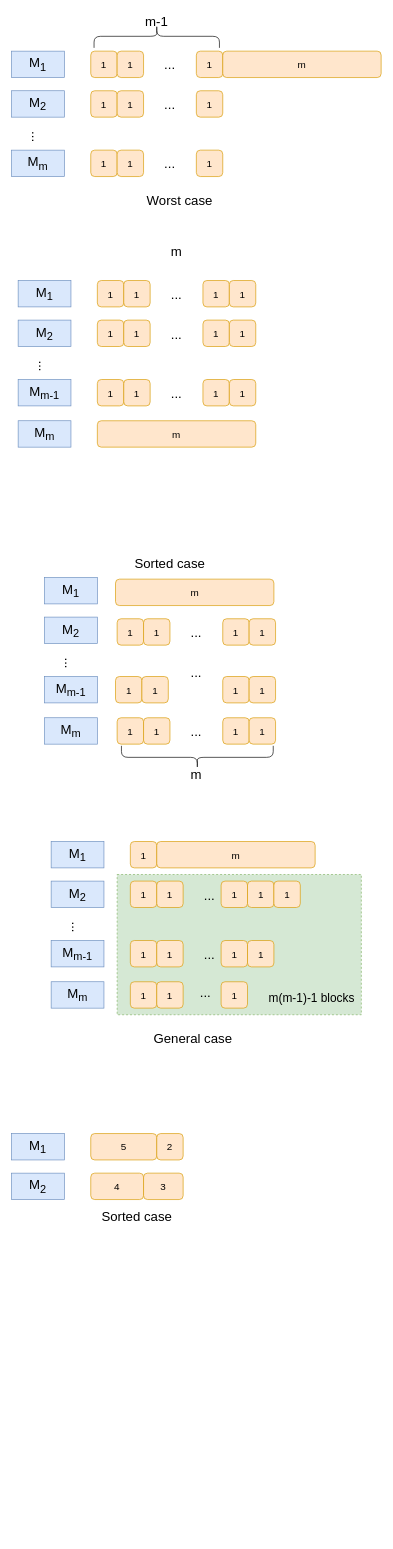
Earlier version of the draw.io diagram 高级算法.drawio (observer426/testForGit). Source tidied: cells renumbered, new cells numbered last; positions are measured from the earlier drawing's top-left corner, leaving out a move shared by most shapes. Both pictures are drawn from the tidied source at 66%, with x=0, y=0 at pixel (11, -27).
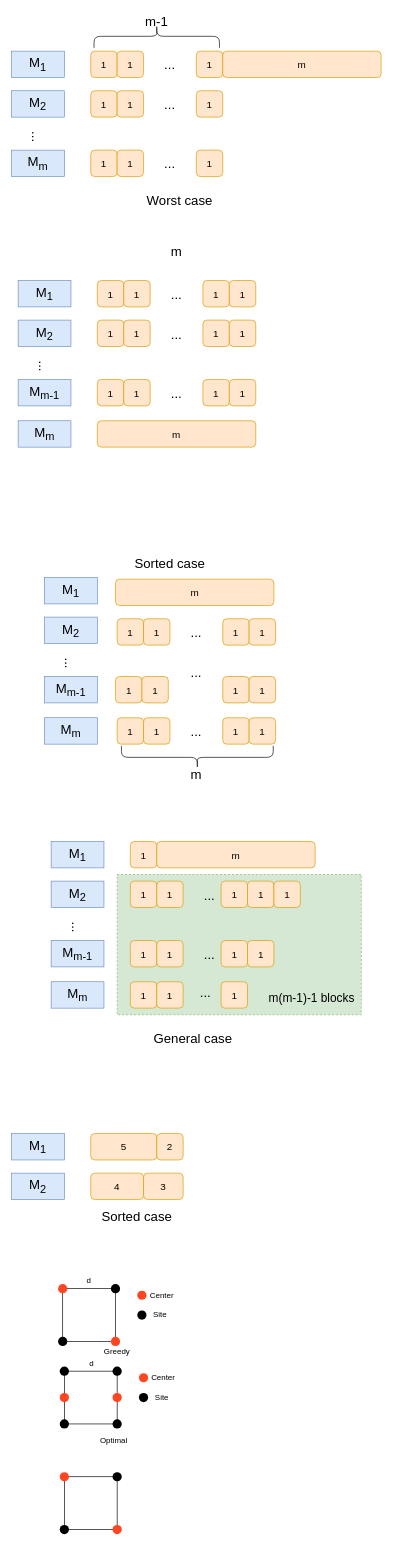
Above is the later version.

Commit message:
更新高级算法.drawio

What changed in the source:
```diff
@@
+    <mxCell id="100" style="whiteSpace=wrap;html=1;" parent="1" vertex="1">
+      <mxGeometry x="80" y="2118" width="80" height="80" as="geometry" />
+    </mxCell>
+    <mxCell id="101" style="shape=waypoint;sketch=0;fillStyle=solid;size=6;fillColor=none;perimeter=centerPerimeter;strokeWidth=5;" parent="1" vertex="1">
+      <mxGeometry x="70" y="2108" width="20" height="20" as="geometry" />
+    </mxCell>
+    <mxCell id="102" style="shape=waypoint;sketch=0;fillStyle=solid;size=6;fillColor=none;perimeter=centerPerimeter;strokeWidth=5;" parent="1" vertex="1">
+      <mxGeometry x="150" y="2108" width="20" height="20" as="geometry" />
+    </mxCell>
+    <mxCell id="103" style="shape=waypoint;sketch=0;fillStyle=solid;size=6;fillColor=none;perimeter=centerPerimeter;strokeWidth=5;" parent="1" vertex="1">
+      <mxGeometry x="70" y="2188" width="20" height="20" as="geometry" />
+    </mxCell>
+    <mxCell id="104" style="shape=waypoint;sketch=0;fillStyle=solid;size=6;fillColor=none;perimeter=centerPerimeter;strokeWidth=5;" parent="1" vertex="1">
+      <mxGeometry x="150" y="2188" width="20" height="20" as="geometry" />
+    </mxCell>
+    <mxCell id="105" style="shape=waypoint;sketch=0;fillStyle=solid;size=6;fillColor=none;perimeter=centerPerimeter;strokeWidth=5;strokeColor=#FF4621;" parent="1" vertex="1">
+      <mxGeometry x="70" y="2148" width="20" height="20" as="geometry" />
+    </mxCell>
+    <mxCell id="106" style="shape=waypoint;sketch=0;fillStyle=solid;size=6;fillColor=none;perimeter=centerPerimeter;strokeWidth=5;strokeColor=#FF4621;" parent="1" vertex="1">
+      <mxGeometry x="150" y="2148" width="20" height="20" as="geometry" />
+    </mxCell>
+    <mxCell id="107" style="shape=waypoint;sketch=0;fillStyle=solid;size=6;fillColor=none;perimeter=centerPerimeter;strokeWidth=5;strokeColor=#FF4621;" parent="1" vertex="1">
+      <mxGeometry x="190" y="2118" width="20" height="20" as="geometry" />
+    </mxCell>
+    <mxCell id="108" value="Center" style="text;html=1;align=center;verticalAlign=middle;whiteSpace=wrap;rounded=0;" parent="1" vertex="1">
+      <mxGeometry x="200" y="2113" width="60" height="30" as="geometry" />
+    </mxCell>
+    <mxCell id="109" style="shape=waypoint;sketch=0;fillStyle=solid;size=6;fillColor=none;perimeter=centerPerimeter;strokeWidth=5;" parent="1" vertex="1">
+      <mxGeometry x="190" y="2148" width="20" height="20" as="geometry" />
+    </mxCell>
+    <mxCell id="110" value="Site" style="text;html=1;align=center;verticalAlign=middle;whiteSpace=wrap;rounded=0;" parent="1" vertex="1">
+      <mxGeometry x="197.5" y="2143" width="60" height="30" as="geometry" />
+    </mxCell>
+    <mxCell id="111" value="Optimal" style="text;html=1;align=center;verticalAlign=middle;whiteSpace=wrap;rounded=0;" parent="1" vertex="1">
+      <mxGeometry x="125" y="2208" width="60" height="30" as="geometry" />
+    </mxCell>
+    <mxCell id="112" style="whiteSpace=wrap;html=1;" parent="1" vertex="1">
+      <mxGeometry x="77.5" y="1993" width="80" height="80" as="geometry" />
+    </mxCell>
+    <mxCell id="113" style="shape=waypoint;sketch=0;fillStyle=solid;size=6;fillColor=none;perimeter=centerPerimeter;strokeWidth=5;strokeColor=#FF4621;" parent="1" vertex="1">
+      <mxGeometry x="67.5" y="1983" width="20" height="20" as="geometry" />
+    </mxCell>
+    <mxCell id="114" style="shape=waypoint;sketch=0;fillStyle=solid;size=6;fillColor=none;perimeter=centerPerimeter;strokeWidth=5;" parent="1" vertex="1">
+      <mxGeometry x="147.5" y="1983" width="20" height="20" as="geometry" />
+    </mxCell>
+    <mxCell id="115" style="shape=waypoint;sketch=0;fillStyle=solid;size=6;fillColor=none;perimeter=centerPerimeter;strokeWidth=5;" parent="1" vertex="1">
+      <mxGeometry x="67.5" y="2063" width="20" height="20" as="geometry" />
+    </mxCell>
+    <mxCell id="116" style="shape=waypoint;sketch=0;fillStyle=solid;size=6;fillColor=none;perimeter=centerPerimeter;strokeWidth=5;strokeColor=#FF4621;" parent="1" vertex="1">
+      <mxGeometry x="147.5" y="2063" width="20" height="20" as="geometry" />
+    </mxCell>
+    <mxCell id="117" style="shape=waypoint;sketch=0;fillStyle=solid;size=6;fillColor=none;perimeter=centerPerimeter;strokeWidth=5;strokeColor=#FF4621;" parent="1" vertex="1">
+      <mxGeometry x="187.5" y="1993" width="20" height="20" as="geometry" />
+    </mxCell>
+    <mxCell id="118" value="Center" style="text;html=1;align=center;verticalAlign=middle;whiteSpace=wrap;rounded=0;" parent="1" vertex="1">
+      <mxGeometry x="197.5" y="1988" width="60" height="30" as="geometry" />
+    </mxCell>
+    <mxCell id="119" style="shape=waypoint;sketch=0;fillStyle=solid;size=6;fillColor=none;perimeter=centerPerimeter;strokeWidth=5;" parent="1" vertex="1">
+      <mxGeometry x="187.5" y="2023" width="20" height="20" as="geometry" />
+    </mxCell>
+    <mxCell id="120" value="Site" style="text;html=1;align=center;verticalAlign=middle;whiteSpace=wrap;rounded=0;" parent="1" vertex="1">
+      <mxGeometry x="195" y="2018" width="60" height="30" as="geometry" />
+    </mxCell>
+    <mxCell id="121" value="Greedy" style="text;html=1;align=center;verticalAlign=middle;whiteSpace=wrap;rounded=0;" parent="1" vertex="1">
+      <mxGeometry x="130" y="2073" width="60" height="30" as="geometry" />
+    </mxCell>
+    <mxCell id="122" value="d" style="text;html=1;align=center;verticalAlign=middle;whiteSpace=wrap;rounded=0;" parent="1" vertex="1">
+      <mxGeometry x="91.2" y="1973" width="52.5" height="15" as="geometry" />
+    </mxCell>
+    <mxCell id="123" value="d" style="text;html=1;align=center;verticalAlign=middle;whiteSpace=wrap;rounded=0;" parent="1" vertex="1">
+      <mxGeometry x="95" y="2098" width="52.5" height="15" as="geometry" />
+    </mxCell>
+    <mxCell id="124" style="whiteSpace=wrap;html=1;" parent="1" vertex="1">
+      <mxGeometry x="80" y="2278" width="80" height="80" as="geometry" />
+    </mxCell>
+    <mxCell id="125" style="shape=waypoint;sketch=0;fillStyle=solid;size=6;fillColor=none;perimeter=centerPerimeter;strokeWidth=5;strokeColor=#FF4621;" parent="1" vertex="1">
+      <mxGeometry x="70" y="2268" width="20" height="20" as="geometry" />
+    </mxCell>
+    <mxCell id="126" style="shape=waypoint;sketch=0;fillStyle=solid;size=6;fillColor=none;perimeter=centerPerimeter;strokeWidth=5;" parent="1" vertex="1">
+      <mxGeometry x="150" y="2268" width="20" height="20" as="geometry" />
+    </mxCell>
+    <mxCell id="127" style="shape=waypoint;sketch=0;fillStyle=solid;size=6;fillColor=none;perimeter=centerPerimeter;strokeWidth=5;" parent="1" vertex="1">
+      <mxGeometry x="70" y="2348" width="20" height="20" as="geometry" />
+    </mxCell>
+    <mxCell id="128" style="shape=waypoint;sketch=0;fillStyle=solid;size=6;fillColor=none;perimeter=centerPerimeter;strokeWidth=5;strokeColor=#FF4621;" parent="1" vertex="1">
+      <mxGeometry x="150" y="2348" width="20" height="20" as="geometry" />
+    </mxCell>
```
